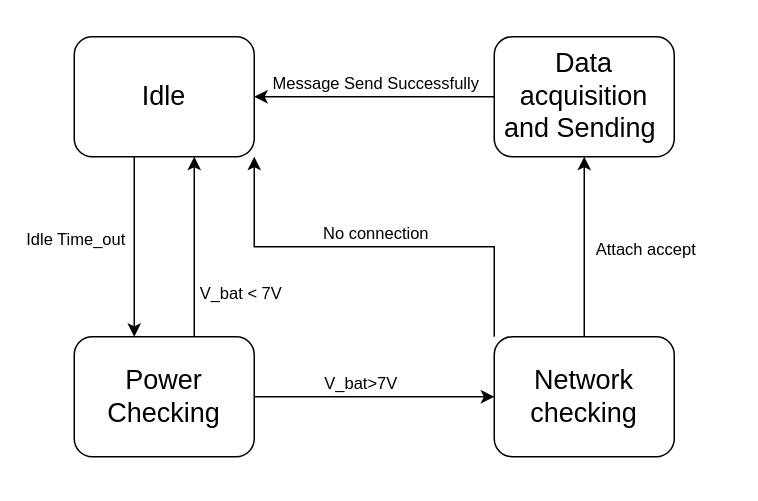
K2ayzz/ForDrawIO keeps this draw.io diagram as State Diagram.drawio. Above is the earlier version. Source tidied: cells renumbered, new cells numbered last; positions are measured from the earlier drawing's top-left corner, leaving out a move shared by most shapes. Both pictures are drawn from the tidied source at 150%, with x=0, y=0 at pixel (74, 36).
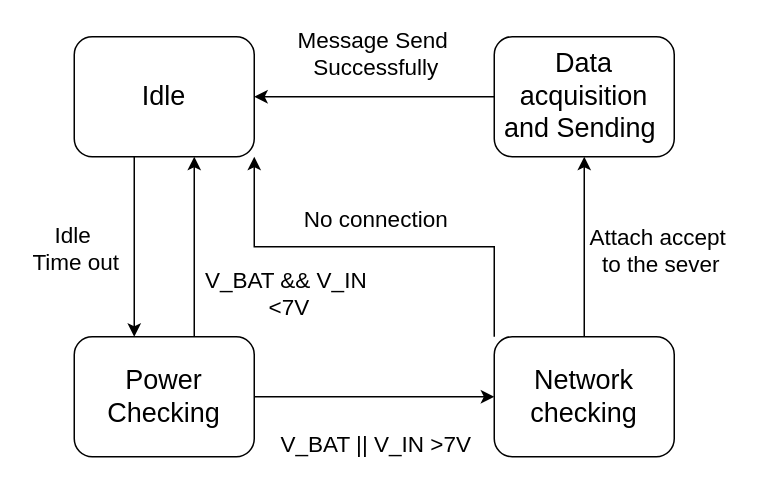
After the change.

Commit message (it also covers changes not shown here):
Cập nhật State Diagram.drawio

Unchanged cells that the change refers to:
```xml
<mxCell id="2" style="edgeStyle=orthogonalEdgeStyle;rounded=0;orthogonalLoop=1;jettySize=auto;html=1;entryX=0.5;entryY=0;entryDx=0;entryDy=0;" parent="1" edge="1">
  <mxGeometry relative="1" as="geometry">
    <mxPoint x="40" y="80" as="sourcePoint" />
    <mxPoint x="40" y="200" as="targetPoint" />
  </mxGeometry>
</mxCell>
<mxCell id="5" style="edgeStyle=orthogonalEdgeStyle;rounded=0;orthogonalLoop=1;jettySize=auto;html=1;entryX=0.5;entryY=1;entryDx=0;entryDy=0;" parent="1" edge="1">
  <mxGeometry relative="1" as="geometry">
    <mxPoint x="80" y="200" as="sourcePoint" />
    <mxPoint x="80" y="80" as="targetPoint" />
  </mxGeometry>
</mxCell>
<mxCell id="7" style="edgeStyle=orthogonalEdgeStyle;rounded=0;jettySize=auto;html=1;" parent="1" edge="1" source="9" target="14">
  <mxGeometry relative="1" as="geometry" />
</mxCell>
<mxCell id="10" style="edgeStyle=orthogonalEdgeStyle;rounded=0;jettySize=auto;html=1;" parent="1" edge="1" source="14" target="17">
  <mxGeometry relative="1" as="geometry" />
</mxCell>
<mxCell id="12" style="edgeStyle=orthogonalEdgeStyle;rounded=0;jettySize=auto;html=1;exitX=0;exitY=0;exitDx=0;exitDy=0;entryX=1;entryY=1;entryDx=0;entryDy=0;" parent="1" edge="1" source="14" target="4">
  <mxGeometry relative="1" as="geometry" />
</mxCell>
<mxCell id="15" style="edgeStyle=orthogonalEdgeStyle;rounded=0;jettySize=auto;html=1;" parent="1" edge="1" source="17" target="4">
  <mxGeometry relative="1" as="geometry" />
</mxCell>
```

The edit, as a diff of the source:
```diff
@@
-    <mxCell id="3" value="Idle Time_out" style="edgeLabel;html=1;align=center;verticalAlign=middle;" parent="2" vertex="1">
+    <mxCell id="3" value="&lt;font style=&quot;font-size: 15px;&quot;&gt;Idle&amp;nbsp;&lt;/font&gt;&lt;div&gt;&lt;font style=&quot;font-size: 15px;&quot;&gt;Time out&lt;/font&gt;&lt;/div&gt;" style="edgeLabel;html=1;align=center;verticalAlign=middle;" parent="2" vertex="1">
       <mxGeometry x="-0.1" y="3" relative="1" as="geometry">
-        <mxPoint x="-43" as="offset" />
+        <mxPoint x="-43" y="6" as="offset" />
       </mxGeometry>
     </mxCell>
@@
-    <mxCell id="6" value="V_bat &amp;lt; 7V" style="edgeLabel;html=1;align=center;verticalAlign=middle;" parent="5" vertex="1">
+    <mxCell id="6" value="V_BAT &amp;amp;&amp;amp; V_IN&lt;div&gt;&amp;nbsp;&amp;lt;7V&lt;/div&gt;" style="edgeLabel;html=1;align=center;verticalAlign=middle;fontSize=15;" parent="5" vertex="1">
       <mxGeometry x="0.12" y="1" relative="1" as="geometry">
-        <mxPoint x="31" y="37" as="offset" />
+        <mxPoint x="61" y="37" as="offset" />
       </mxGeometry>
     </mxCell>
@@
-    <mxCell id="8" value="V_bat&amp;gt;7V" style="edgeLabel;html=1;align=center;verticalAlign=middle;" parent="7" vertex="1">
+    <mxCell id="8" value="&lt;br&gt;&lt;span style=&quot;color: rgb(0, 0, 0); font-family: Helvetica; font-size: 15px; font-style: normal; font-variant-ligatures: normal; font-variant-caps: normal; font-weight: 400; letter-spacing: normal; orphans: 2; text-align: center; text-indent: 0px; text-transform: none; widows: 2; word-spacing: 0px; -webkit-text-stroke-width: 0px; white-space: nowrap; background-color: rgb(255, 255, 255); text-decoration-thickness: initial; text-decoration-style: initial; text-decoration-color: initial; display: inline !important; float: none;&quot;&gt;V_BAT || V_IN &amp;gt;7V&lt;/span&gt;&lt;div&gt;&lt;br/&gt;&lt;/div&gt;" style="edgeLabel;html=1;align=center;verticalAlign=middle;" parent="7" vertex="1">
       <mxGeometry x="-0.01" relative="1" as="geometry">
-        <mxPoint x="-9" y="-10" as="offset" />
+        <mxPoint x="1" y="30" as="offset" />
       </mxGeometry>
     </mxCell>
@@
-    <mxCell id="11" value="Attach accept" style="edgeLabel;html=1;align=center;verticalAlign=middle;" parent="10" vertex="1">
+    <mxCell id="11" value="&lt;font style=&quot;font-size: 15px;&quot;&gt;Attach accept&amp;nbsp;&lt;/font&gt;&lt;div&gt;&lt;font style=&quot;font-size: 15px;&quot;&gt;to the sever&lt;/font&gt;&lt;/div&gt;" style="edgeLabel;html=1;align=center;verticalAlign=middle;" parent="10" vertex="1">
       <mxGeometry x="-0.01" y="1" relative="1" as="geometry">
-        <mxPoint x="41" as="offset" />
+        <mxPoint x="51" as="offset" />
       </mxGeometry>
     </mxCell>
@@
-    <mxCell id="13" value="No connection" style="edgeLabel;html=1;align=center;verticalAlign=middle;" parent="12" vertex="1">
+    <mxCell id="13" value="No connection" style="edgeLabel;html=1;align=center;verticalAlign=middle;fontSize=15;" parent="12" vertex="1">
       <mxGeometry x="0.05" y="3" relative="1" as="geometry">
-        <mxPoint x="7" y="-13" as="offset" />
+        <mxPoint x="7" y="-23" as="offset" />
       </mxGeometry>
     </mxCell>
@@
-    <mxCell id="16" value="Message Send Successfully" style="edgeLabel;html=1;align=center;verticalAlign=middle;" parent="15" vertex="1">
+    <mxCell id="16" value="Message Send&amp;nbsp;&lt;div&gt;Successfully&lt;/div&gt;" style="edgeLabel;html=1;align=center;verticalAlign=middle;fontSize=15;" parent="15" vertex="1">
       <mxGeometry x="0.15" relative="1" as="geometry">
-        <mxPoint x="12" y="-10" as="offset" />
+        <mxPoint x="12" y="-30" as="offset" />
       </mxGeometry>
     </mxCell>
```
